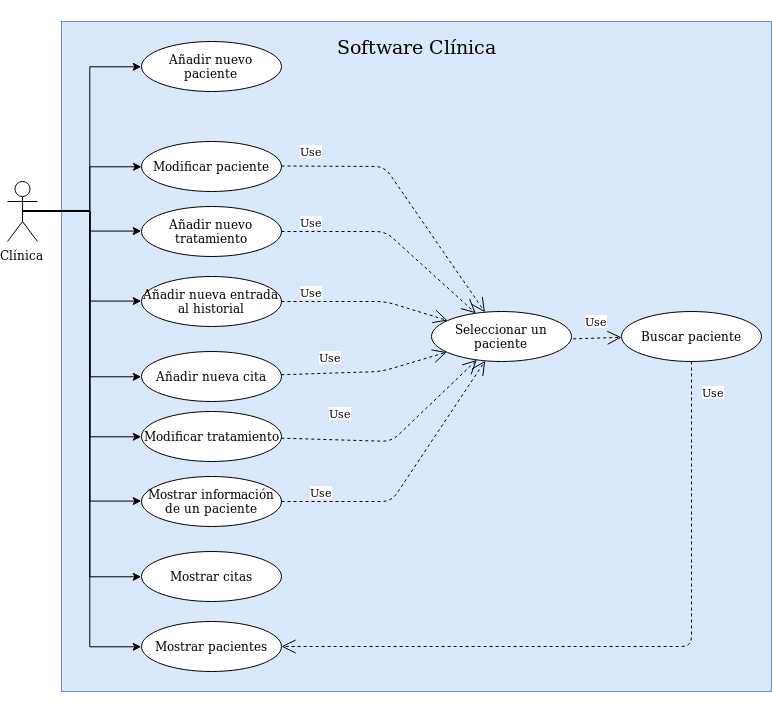
Before: requisitos/casos_de_uso/DiagramaCasosDeUso.png, a diagram exported from draw.io (Jose134/is-clinica). Source tidied: cells renumbered, new cells last; positions are measured from the earlier drawing's top-left corner, leaving out a move shared by most shapes.
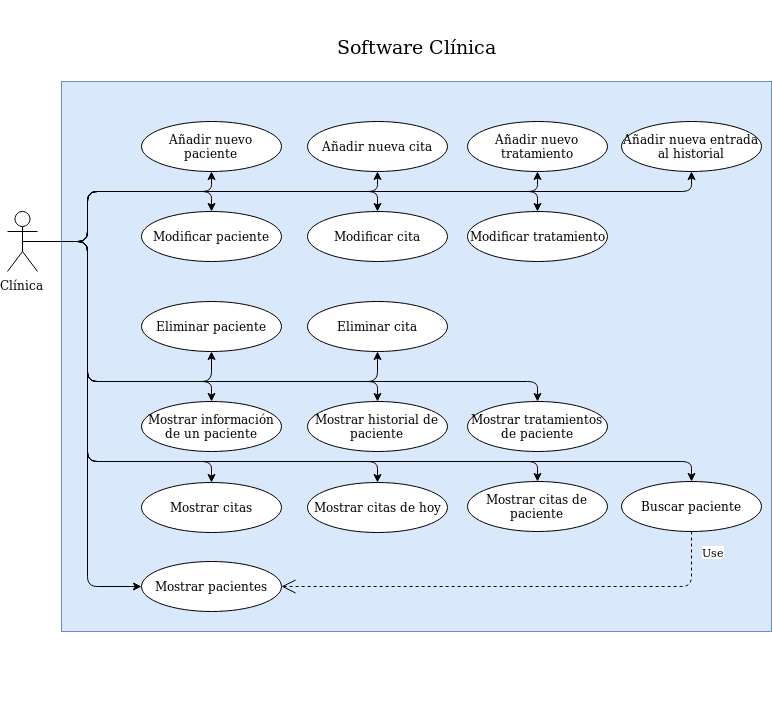
Above is the later version.

Commit message:
Updated Diagrama de casos de uso

Change to the diagram source:
```diff
@@ -3,125 +3,221 @@
     <mxCell id="0" />
     <mxCell id="1" parent="0" />
     <mxCell id="2" value="&lt;div style=&quot;font-size: 19px ; line-height: 500%&quot; align=&quot;center&quot;&gt;Software Clínica&lt;/div&gt;&lt;div style=&quot;font-size: 19px ; line-height: 500%&quot; align=&quot;center&quot;&gt;&lt;br&gt;&lt;/div&gt;&lt;div style=&quot;font-size: 19px ; line-height: 500%&quot; align=&quot;center&quot;&gt;&lt;br&gt;&lt;/div&gt;&lt;div style=&quot;font-size: 19px ; line-height: 500%&quot; align=&quot;center&quot;&gt;&lt;br&gt;&lt;/div&gt;&lt;div style=&quot;font-size: 19px ; line-height: 500%&quot; align=&quot;center&quot;&gt;&lt;br&gt;&lt;/div&gt;&lt;div style=&quot;font-size: 19px ; line-height: 500%&quot; align=&quot;center&quot;&gt;&lt;br&gt;&lt;/div&gt;&lt;div style=&quot;font-size: 19px ; line-height: 250%&quot; align=&quot;center&quot;&gt;&lt;br&gt;&lt;/div&gt;&lt;div style=&quot;font-size: 19px ; line-height: 250%&quot; align=&quot;center&quot;&gt;&lt;br&gt;&lt;/div&gt;&lt;div style=&quot;font-size: 19px ; line-height: 250%&quot; align=&quot;center&quot;&gt;&lt;br&gt;&lt;/div&gt;" style="rounded=0;whiteSpace=wrap;html=1;fillColor=#dae8fc;strokeColor=#6c8ebf;align=center;" parent="1" vertex="1">
-      <mxGeometry x="54" width="710" height="670" as="geometry" />
+      <mxGeometry x="38" y="20" width="710" height="550" as="geometry" />
     </mxCell>
     <mxCell id="3" value="&lt;div&gt;Mostrar pacientes&lt;/div&gt;" style="ellipse;whiteSpace=wrap;html=1;" parent="1" vertex="1">
-      <mxGeometry x="134" y="600" width="140" height="50" as="geometry" />
+      <mxGeometry x="118" y="500" width="140" height="50" as="geometry" />
     </mxCell>
     <mxCell id="4" value="Añadir nuevo paciente" style="ellipse;whiteSpace=wrap;html=1;" parent="1" vertex="1">
-      <mxGeometry x="134" y="20" width="140" height="50" as="geometry" />
+      <mxGeometry x="118" y="60" width="140" height="50" as="geometry" />
     </mxCell>
     <mxCell id="5" value="&lt;div&gt;Añadir nueva cita&lt;/div&gt;" style="ellipse;whiteSpace=wrap;html=1;" parent="1" vertex="1">
-      <mxGeometry x="134" y="330" width="140" height="50" as="geometry" />
+      <mxGeometry x="284" y="60" width="140" height="50" as="geometry" />
     </mxCell>
     <mxCell id="6" value="Añadir nuevo tratamiento" style="ellipse;whiteSpace=wrap;html=1;" parent="1" vertex="1">
-      <mxGeometry x="134" y="185" width="140" height="50" as="geometry" />
+      <mxGeometry x="444" y="60" width="140" height="50" as="geometry" />
     </mxCell>
     <mxCell id="7" value="&lt;div&gt;Añadir nueva entrada al historial&lt;/div&gt;" style="ellipse;whiteSpace=wrap;html=1;" parent="1" vertex="1">
-      <mxGeometry x="134" y="255" width="140" height="50" as="geometry" />
+      <mxGeometry x="598" y="60" width="140" height="50" as="geometry" />
     </mxCell>
     <mxCell id="8" value="&lt;div&gt;Mostrar citas&lt;/div&gt;" style="ellipse;whiteSpace=wrap;html=1;" parent="1" vertex="1">
-      <mxGeometry x="134" y="530" width="140" height="50" as="geometry" />
+      <mxGeometry x="118" y="421" width="140" height="50" as="geometry" />
     </mxCell>
-    <mxCell id="9" value="Seleccionar un paciente" style="ellipse;whiteSpace=wrap;html=1;" parent="1" vertex="1">
-      <mxGeometry x="424" y="290" width="140" height="50" as="geometry" />
-    </mxCell>
     <mxCell id="10" value="Mostrar información de un paciente" style="ellipse;whiteSpace=wrap;html=1;" parent="1" vertex="1">
-      <mxGeometry x="134" y="455" width="140" height="50" as="geometry" />
+      <mxGeometry x="118" y="340" width="140" height="50" as="geometry" />
     </mxCell>
     <mxCell id="11" value="Modificar paciente" style="ellipse;whiteSpace=wrap;html=1;" parent="1" vertex="1">
-      <mxGeometry x="134" y="120" width="140" height="50" as="geometry" />
+      <mxGeometry x="118" y="150" width="140" height="50" as="geometry" />
     </mxCell>
     <mxCell id="12" value="Modificar tratamiento" style="ellipse;whiteSpace=wrap;html=1;" parent="1" vertex="1">
-      <mxGeometry x="134" y="390" width="140" height="50" as="geometry" />
+      <mxGeometry x="444" y="150" width="140" height="50" as="geometry" />
     </mxCell>
     <mxCell id="13" value="Buscar paciente" style="ellipse;whiteSpace=wrap;html=1;" parent="1" vertex="1">
-      <mxGeometry x="614" y="290" width="140" height="50" as="geometry" />
+      <mxGeometry x="598" y="420" width="140" height="50" as="geometry" />
     </mxCell>
+    <mxCell id="23" value="Clínica" style="shape=umlActor;verticalLabelPosition=bottom;labelBackgroundColor=#ffffff;verticalAlign=top;html=1;outlineConnect=0;" parent="1" vertex="1">
+      <mxGeometry x="-16" y="150" width="30" height="60" as="geometry" />
+    </mxCell>
+    <mxCell id="31" value="Use" style="endArrow=open;endSize=12;dashed=1;html=1;entryX=1;entryY=0.5;entryDx=0;entryDy=0;" parent="1" edge="1" source="13" target="3">
+      <mxGeometry x="-0.92" y="22" relative="1" as="geometry">
+        <Array as="points">
+          <mxPoint x="668" y="525" />
+        </Array>
+      </mxGeometry>
+    </mxCell>
+    <mxCell id="32" value="&lt;div&gt;Modificar cita&lt;/div&gt;" style="ellipse;whiteSpace=wrap;html=1;" parent="1" vertex="1">
+      <mxGeometry x="284" y="150" width="140" height="50" as="geometry" />
+    </mxCell>
+    <mxCell id="33" value="&lt;div&gt;Mostrar citas de hoy&lt;/div&gt;" style="ellipse;whiteSpace=wrap;html=1;" parent="1" vertex="1">
+      <mxGeometry x="284" y="421" width="140" height="50" as="geometry" />
+    </mxCell>
+    <mxCell id="34" value="Mostrar citas de paciente" style="ellipse;whiteSpace=wrap;html=1;" parent="1" vertex="1">
+      <mxGeometry x="444" y="420" width="140" height="50" as="geometry" />
+    </mxCell>
+    <mxCell id="35" value="Mostrar tratamientos de paciente" style="ellipse;whiteSpace=wrap;html=1;" parent="1" vertex="1">
+      <mxGeometry x="444" y="340" width="140" height="50" as="geometry" />
+    </mxCell>
+    <mxCell id="36" value="Mostrar historial de paciente" style="ellipse;whiteSpace=wrap;html=1;" parent="1" vertex="1">
+      <mxGeometry x="284" y="340" width="140" height="50" as="geometry" />
+    </mxCell>
+    <mxCell id="37" value="Eliminar cita" style="ellipse;whiteSpace=wrap;html=1;" parent="1" vertex="1">
+      <mxGeometry x="284" y="240" width="140" height="50" as="geometry" />
+    </mxCell>
+    <mxCell id="38" value="Eliminar paciente" style="ellipse;whiteSpace=wrap;html=1;" parent="1" vertex="1">
+      <mxGeometry x="118" y="240" width="140" height="50" as="geometry" />
+    </mxCell>
-    <mxCell id="14" style="edgeStyle=orthogonalEdgeStyle;rounded=0;jettySize=auto;html=1;exitX=0.5;exitY=0.5;exitDx=0;exitDy=0;exitPerimeter=0;entryX=0;entryY=0.5;entryDx=0;entryDy=0;" parent="1" edge="1" source="23" target="4">
-      <mxGeometry relative="1" as="geometry" />
+    <mxCell id="14" style="endArrow=classic;html=1;exitX=0.5;exitY=0.5;exitDx=0;exitDy=0;exitPerimeter=0;entryX=0.5;entryY=1;entryDx=0;entryDy=0;" parent="1" edge="1" source="23" target="4">
+      <mxGeometry relative="1" as="geometry">
+        <Array as="points">
+          <mxPoint x="64" y="180" />
+          <mxPoint x="64" y="130" />
+          <mxPoint x="188" y="130" />
+        </Array>
+      </mxGeometry>
     </mxCell>
-    <mxCell id="15" style="edgeStyle=orthogonalEdgeStyle;rounded=0;jettySize=auto;html=1;exitX=0.5;exitY=0.5;exitDx=0;exitDy=0;exitPerimeter=0;" parent="1" edge="1" source="23" target="11">
-      <mxGeometry relative="1" as="geometry" />
+    <mxCell id="15" style="endArrow=classic;html=1;exitX=0.5;exitY=0.5;exitDx=0;exitDy=0;exitPerimeter=0;entryX=0.5;entryY=0;entryDx=0;entryDy=0;" parent="1" edge="1" source="23" target="11">
+      <mxGeometry relative="1" as="geometry">
+        <Array as="points">
+          <mxPoint x="64" y="180" />
+          <mxPoint x="64" y="130" />
+          <mxPoint x="188" y="130" />
+        </Array>
+      </mxGeometry>
     </mxCell>
+    <mxCell id="18" style="endArrow=classic;html=1;exitX=0.5;exitY=0.5;exitDx=0;exitDy=0;exitPerimeter=0;entryX=0.5;entryY=1;entryDx=0;entryDy=0;" parent="1" edge="1" source="23" target="5">
+      <mxGeometry relative="1" as="geometry">
+        <Array as="points">
+          <mxPoint x="64" y="180" />
+          <mxPoint x="64" y="130" />
+          <mxPoint x="354" y="130" />
+        </Array>
+      </mxGeometry>
+    </mxCell>
+    <mxCell id="39" style="endArrow=classic;html=1;exitX=0.5;exitY=0.5;exitDx=0;exitDy=0;exitPerimeter=0;entryX=0.5;entryY=0;entryDx=0;entryDy=0;" parent="1" edge="1" source="23" target="32">
+      <mxGeometry relative="1" as="geometry">
+        <Array as="points">
+          <mxPoint x="64" y="180" />
+          <mxPoint x="64" y="130" />
+          <mxPoint x="354" y="130" />
+        </Array>
+      </mxGeometry>
+    </mxCell>
+    <mxCell id="40" style="endArrow=classic;html=1;exitX=0.5;exitY=0.5;exitDx=0;exitDy=0;exitPerimeter=0;entryX=0.5;entryY=0;entryDx=0;entryDy=0;" parent="1" edge="1" target="12">
+      <mxGeometry relative="1" as="geometry">
+        <mxPoint x="-1" y="180" as="sourcePoint" />
+        <Array as="points">
+          <mxPoint x="64" y="180" />
+          <mxPoint x="64" y="130" />
+          <mxPoint x="514" y="130" />
+        </Array>
+      </mxGeometry>
+    </mxCell>
-    <mxCell id="16" style="edgeStyle=orthogonalEdgeStyle;rounded=0;jettySize=auto;html=1;exitX=0.5;exitY=0.5;exitDx=0;exitDy=0;exitPerimeter=0;entryX=0;entryY=0.5;entryDx=0;entryDy=0;" parent="1" edge="1" source="23" target="6">
-      <mxGeometry relative="1" as="geometry" />
+    <mxCell id="16" style="endArrow=classic;html=1;exitX=0.5;exitY=0.5;exitDx=0;exitDy=0;exitPerimeter=0;entryX=0.5;entryY=1;entryDx=0;entryDy=0;" parent="1" edge="1" source="23" target="6">
+      <mxGeometry relative="1" as="geometry">
+        <Array as="points">
+          <mxPoint x="64" y="180" />
+          <mxPoint x="64" y="130" />
+          <mxPoint x="514" y="130" />
+        </Array>
+      </mxGeometry>
     </mxCell>
-    <mxCell id="17" style="edgeStyle=orthogonalEdgeStyle;rounded=0;jettySize=auto;html=1;exitX=0.5;exitY=0.5;exitDx=0;exitDy=0;exitPerimeter=0;entryX=0;entryY=0.5;entryDx=0;entryDy=0;" parent="1" edge="1" source="23" target="7">
-      <mxGeometry relative="1" as="geometry" />
+    <mxCell id="17" style="endArrow=classic;html=1;entryX=0.5;entryY=1;entryDx=0;entryDy=0;exitX=0.5;exitY=0.5;exitDx=0;exitDy=0;exitPerimeter=0;" parent="1" edge="1" source="23" target="7">
+      <mxGeometry relative="1" as="geometry">
+        <Array as="points">
+          <mxPoint x="64" y="180" />
+          <mxPoint x="64" y="130" />
+          <mxPoint x="668" y="130" />
+        </Array>
+      </mxGeometry>
     </mxCell>
-    <mxCell id="18" style="edgeStyle=orthogonalEdgeStyle;rounded=0;jettySize=auto;html=1;exitX=0.5;exitY=0.5;exitDx=0;exitDy=0;exitPerimeter=0;entryX=0;entryY=0.5;entryDx=0;entryDy=0;" parent="1" edge="1" source="23" target="5">
-      <mxGeometry relative="1" as="geometry" />
-    </mxCell>
-    <mxCell id="19" style="edgeStyle=orthogonalEdgeStyle;rounded=0;jettySize=auto;html=1;exitX=0.5;exitY=0.5;exitDx=0;exitDy=0;exitPerimeter=0;entryX=0;entryY=0.5;entryDx=0;entryDy=0;" parent="1" edge="1" source="23" target="12">
-      <mxGeometry relative="1" as="geometry" />
-    </mxCell>
+    <mxCell id="22" style="endArrow=classic;html=1;exitX=0.5;exitY=0.5;exitDx=0;exitDy=0;exitPerimeter=0;entryX=0;entryY=0.5;entryDx=0;entryDy=0;" parent="1" edge="1" source="23" target="3">
+      <mxGeometry relative="1" as="geometry">
+        <Array as="points">
+          <mxPoint x="64" y="180" />
+          <mxPoint x="64" y="525" />
+        </Array>
+      </mxGeometry>
+    </mxCell>
+    <mxCell id="41" style="endArrow=classic;html=1;entryX=0.5;entryY=1;entryDx=0;entryDy=0;exitX=0.5;exitY=0.5;exitDx=0;exitDy=0;exitPerimeter=0;" parent="1" edge="1" source="23" target="38">
+      <mxGeometry relative="1" as="geometry">
+        <Array as="points">
+          <mxPoint x="64" y="180" />
+          <mxPoint x="64" y="320" />
+          <mxPoint x="188" y="320" />
+        </Array>
+      </mxGeometry>
+    </mxCell>
-    <mxCell id="20" style="edgeStyle=orthogonalEdgeStyle;rounded=0;jettySize=auto;html=1;exitX=0.5;exitY=0.5;exitDx=0;exitDy=0;exitPerimeter=0;entryX=0;entryY=0.5;entryDx=0;entryDy=0;" parent="1" edge="1" source="23" target="10">
-      <mxGeometry relative="1" as="geometry" />
+    <mxCell id="20" style="endArrow=classic;html=1;exitX=0.5;exitY=0.5;exitDx=0;exitDy=0;exitPerimeter=0;entryX=0.5;entryY=0;entryDx=0;entryDy=0;" parent="1" edge="1" source="23" target="10">
+      <mxGeometry relative="1" as="geometry">
+        <Array as="points">
+          <mxPoint x="64" y="180" />
+          <mxPoint x="64" y="320" />
+          <mxPoint x="188" y="320" />
+        </Array>
+      </mxGeometry>
     </mxCell>
+    <mxCell id="42" style="endArrow=classic;html=1;entryX=0.5;entryY=1;entryDx=0;entryDy=0;exitX=0.5;exitY=0.5;exitDx=0;exitDy=0;exitPerimeter=0;" parent="1" edge="1" source="23" target="37">
+      <mxGeometry relative="1" as="geometry">
+        <Array as="points">
+          <mxPoint x="64" y="180" />
+          <mxPoint x="64" y="320" />
+          <mxPoint x="354" y="320" />
+        </Array>
+      </mxGeometry>
+    </mxCell>
+    <mxCell id="43" style="endArrow=classic;html=1;entryX=0.5;entryY=0;entryDx=0;entryDy=0;exitX=0.5;exitY=0.5;exitDx=0;exitDy=0;exitPerimeter=0;" parent="1" edge="1" source="23" target="36">
+      <mxGeometry relative="1" as="geometry">
+        <Array as="points">
+          <mxPoint x="64" y="180" />
+          <mxPoint x="64" y="320" />
+          <mxPoint x="354" y="320" />
+        </Array>
+      </mxGeometry>
+    </mxCell>
+    <mxCell id="44" style="endArrow=classic;html=1;entryX=0.5;entryY=0;entryDx=0;entryDy=0;exitX=0.5;exitY=0.5;exitDx=0;exitDy=0;exitPerimeter=0;" parent="1" edge="1" source="23" target="35">
+      <mxGeometry relative="1" as="geometry">
+        <Array as="points">
+          <mxPoint x="64" y="180" />
+          <mxPoint x="64" y="320" />
+          <mxPoint x="514" y="320" />
+        </Array>
+      </mxGeometry>
+    </mxCell>
-    <mxCell id="21" style="edgeStyle=orthogonalEdgeStyle;rounded=0;jettySize=auto;html=1;exitX=0.5;exitY=0.5;exitDx=0;exitDy=0;exitPerimeter=0;entryX=0;entryY=0.5;entryDx=0;entryDy=0;" parent="1" edge="1" source="23" target="8">
-      <mxGeometry relative="1" as="geometry" />
+    <mxCell id="21" style="endArrow=classic;html=1;entryX=0.5;entryY=0;entryDx=0;entryDy=0;exitX=0.5;exitY=0.5;exitDx=0;exitDy=0;exitPerimeter=0;" parent="1" edge="1" source="23" target="8">
+      <mxGeometry relative="1" as="geometry">
+        <Array as="points">
+          <mxPoint x="64" y="180" />
+          <mxPoint x="64" y="400" />
+          <mxPoint x="188" y="400" />
+        </Array>
+      </mxGeometry>
     </mxCell>
-    <mxCell id="22" style="edgeStyle=orthogonalEdgeStyle;rounded=0;jettySize=auto;html=1;exitX=0.5;exitY=0.5;exitDx=0;exitDy=0;exitPerimeter=0;entryX=0;entryY=0.5;entryDx=0;entryDy=0;" parent="1" edge="1" source="23" target="3">
-      <mxGeometry relative="1" as="geometry" />
-    </mxCell>
-    <mxCell id="23" value="Clínica" style="shape=umlActor;verticalLabelPosition=bottom;labelBackgroundColor=#ffffff;verticalAlign=top;html=1;outlineConnect=0;" parent="1" vertex="1">
-      <mxGeometry y="160" width="30" height="60" as="geometry" />
-    </mxCell>
-    <mxCell id="24" value="Use" style="endArrow=open;endSize=12;dashed=1;html=1;" parent="1" edge="1" target="9">
-      <mxGeometry x="-0.79" y="15" relative="1" as="geometry">
-        <mxPoint x="274" y="144.5" as="sourcePoint" />
-        <Array as="points">
-          <mxPoint x="377" y="145" />
-        </Array>
-      </mxGeometry>
-    </mxCell>
-    <mxCell id="25" value="Use" style="endArrow=open;endSize=12;dashed=1;html=1;" parent="1" edge="1" source="6" target="9">
-      <mxGeometry x="-0.73" y="10" relative="1" as="geometry">
-        <Array as="points">
-          <mxPoint x="378" y="210" />
-        </Array>
-      </mxGeometry>
-    </mxCell>
-    <mxCell id="26" value="Use" style="endArrow=open;endSize=12;dashed=1;html=1;exitX=1;exitY=0.5;exitDx=0;exitDy=0;" parent="1" edge="1" source="7" target="9">
-      <mxGeometry x="-0.65" y="10" relative="1" as="geometry">
-        <Array as="points">
-          <mxPoint x="378" y="280" />
-        </Array>
-      </mxGeometry>
-    </mxCell>
-    <mxCell id="27" value="Use" style="endArrow=open;endSize=12;dashed=1;html=1;" parent="1" edge="1" source="5" target="9">
-      <mxGeometry x="0.17" y="75" relative="1" as="geometry">
-        <Array as="points">
-          <mxPoint x="374" y="350" />
-        </Array>
-        <mxPoint x="-47" y="60" as="offset" />
-      </mxGeometry>
-    </mxCell>
-    <mxCell id="28" value="Use" style="endArrow=open;endSize=12;dashed=1;html=1;" parent="1" edge="1" source="12" target="9">
-      <mxGeometry x="0.03" y="63" relative="1" as="geometry">
-        <Array as="points">
-          <mxPoint x="384" y="420" />
-        </Array>
-        <mxPoint x="-14" y="23" as="offset" />
-      </mxGeometry>
-    </mxCell>
-    <mxCell id="29" value="Use" style="endArrow=open;endSize=12;dashed=1;html=1;exitX=1;exitY=0.5;exitDx=0;exitDy=0;" parent="1" edge="1" source="10" target="9">
-      <mxGeometry x="-0.71" y="10" relative="1" as="geometry">
-        <Array as="points">
-          <mxPoint x="384" y="480" />
-        </Array>
-      </mxGeometry>
-    </mxCell>
-    <mxCell id="30" value="Use" style="endArrow=open;endSize=12;dashed=1;html=1;exitX=1.012;exitY=0.547;exitDx=0;exitDy=0;exitPerimeter=0;" parent="1" edge="1" source="9" target="13">
-      <mxGeometry x="-0.02" y="17" relative="1" as="geometry" />
-    </mxCell>
-    <mxCell id="31" value="Use" style="endArrow=open;endSize=12;dashed=1;html=1;entryX=1;entryY=0.5;entryDx=0;entryDy=0;" parent="1" edge="1" source="13" target="3">
-      <mxGeometry x="-0.92" y="22" relative="1" as="geometry">
-        <Array as="points">
-          <mxPoint x="684" y="625" />
-        </Array>
-      </mxGeometry>
-    </mxCell>
+    <mxCell id="45" style="endArrow=classic;html=1;entryX=0.5;entryY=0;entryDx=0;entryDy=0;exitX=0.5;exitY=0.5;exitDx=0;exitDy=0;exitPerimeter=0;" parent="1" edge="1" source="23" target="33">
+      <mxGeometry relative="1" as="geometry">
+        <Array as="points">
+          <mxPoint x="64" y="180" />
+          <mxPoint x="64" y="400" />
+          <mxPoint x="354" y="400" />
+        </Array>
+      </mxGeometry>
+    </mxCell>
+    <mxCell id="46" style="endArrow=classic;html=1;entryX=0.5;entryY=0;entryDx=0;entryDy=0;exitX=0.5;exitY=0.5;exitDx=0;exitDy=0;exitPerimeter=0;" parent="1" edge="1" source="23" target="34">
+      <mxGeometry relative="1" as="geometry">
+        <Array as="points">
+          <mxPoint x="64" y="180" />
+          <mxPoint x="64" y="400" />
+          <mxPoint x="514" y="400" />
+        </Array>
+      </mxGeometry>
+    </mxCell>
+    <mxCell id="47" style="endArrow=classic;html=1;entryX=0.5;entryY=0;entryDx=0;entryDy=0;exitX=0.5;exitY=0.5;exitDx=0;exitDy=0;exitPerimeter=0;" parent="1" edge="1" source="23" target="13">
+      <mxGeometry relative="1" as="geometry">
+        <Array as="points">
+          <mxPoint x="64" y="180" />
+          <mxPoint x="64" y="400" />
+          <mxPoint x="668" y="400" />
+        </Array>
+      </mxGeometry>
+    </mxCell>
   </root>
 </mxGraphModel>
```
